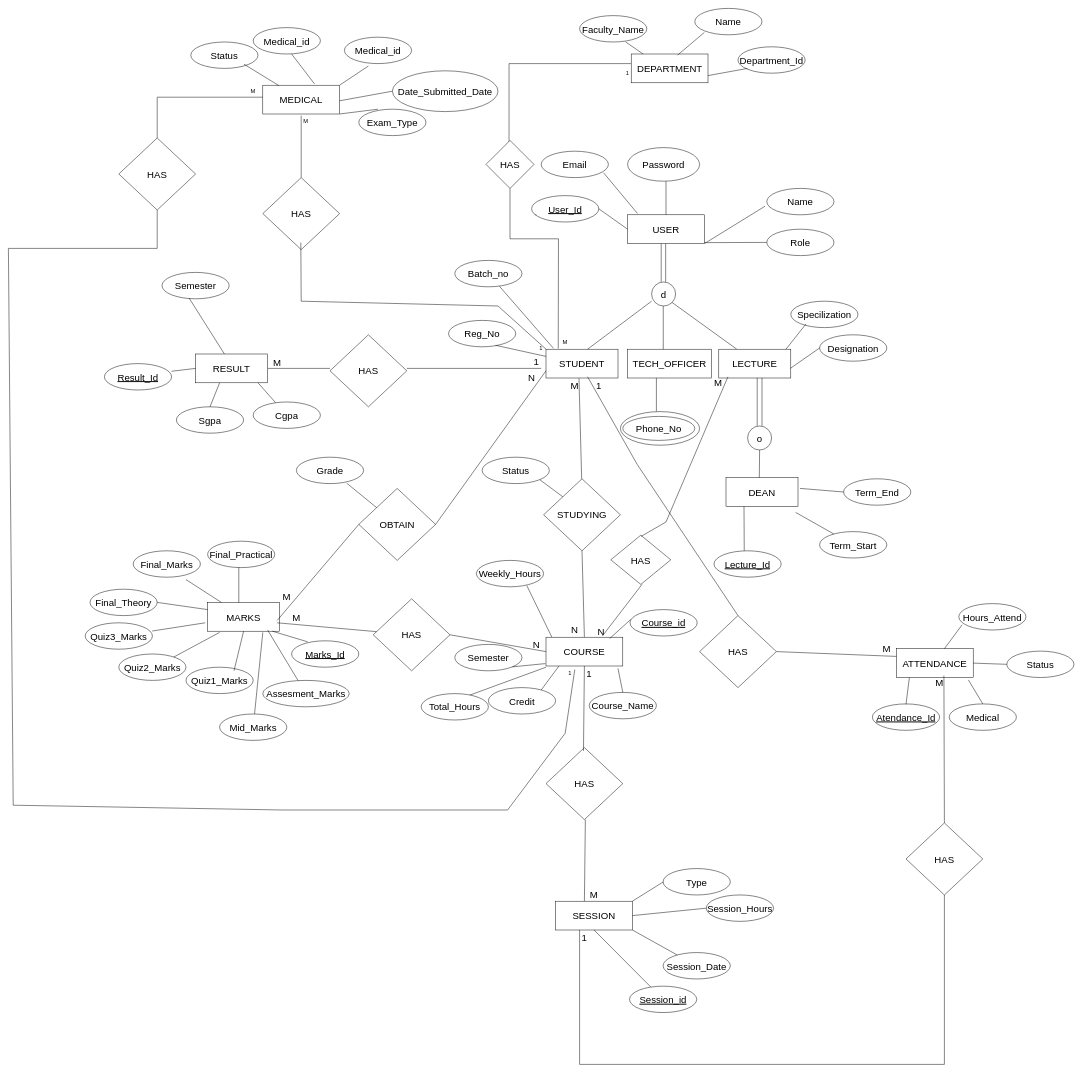
Earlier version of the draw.io diagram document/ER.drawio (nuwangi2003/database_project). Source tidied: cells renumbered, new cells numbered last; positions are measured from the earlier drawing's top-left corner, leaving out a move shared by most shapes. Both pictures are drawn from the tidied source at 48%, with x=0, y=0 at pixel (8, 8).
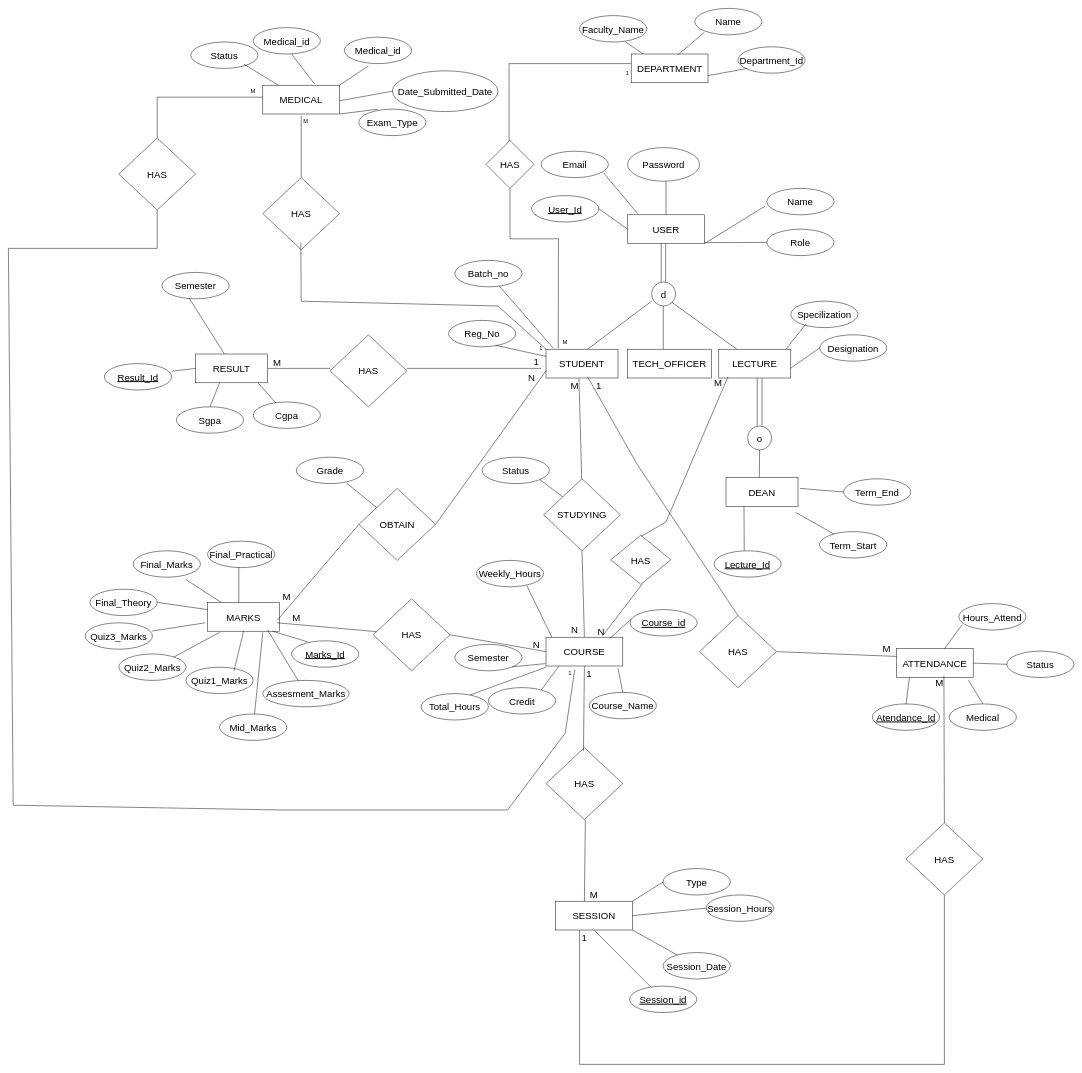
After the change.

Diff of the diagram source:
```diff
@@
-    <mxCell id="25" style="endArrow=none;html=1;rounded=0;fontSize=20;" parent="1" edge="1">
-      <mxGeometry relative="1" as="geometry">
-        <mxPoint x="1350" y="840" as="sourcePoint" />
-        <mxPoint x="1350" y="770" as="targetPoint" />
-      </mxGeometry>
-    </mxCell>
-    <mxCell id="26" style="ellipse;whiteSpace=wrap;html=1;fontSize=20;" parent="1" vertex="1">
-      <mxGeometry x="1275" y="840" width="165" height="70" as="geometry" />
-    </mxCell>
@@
-    <mxCell id="32" value="Phone_No" style="ellipse;whiteSpace=wrap;html=1;fontSize=20;" parent="1" vertex="1">
-      <mxGeometry x="1280" y="850" width="150" height="50" as="geometry" />
-    </mxCell>
```
